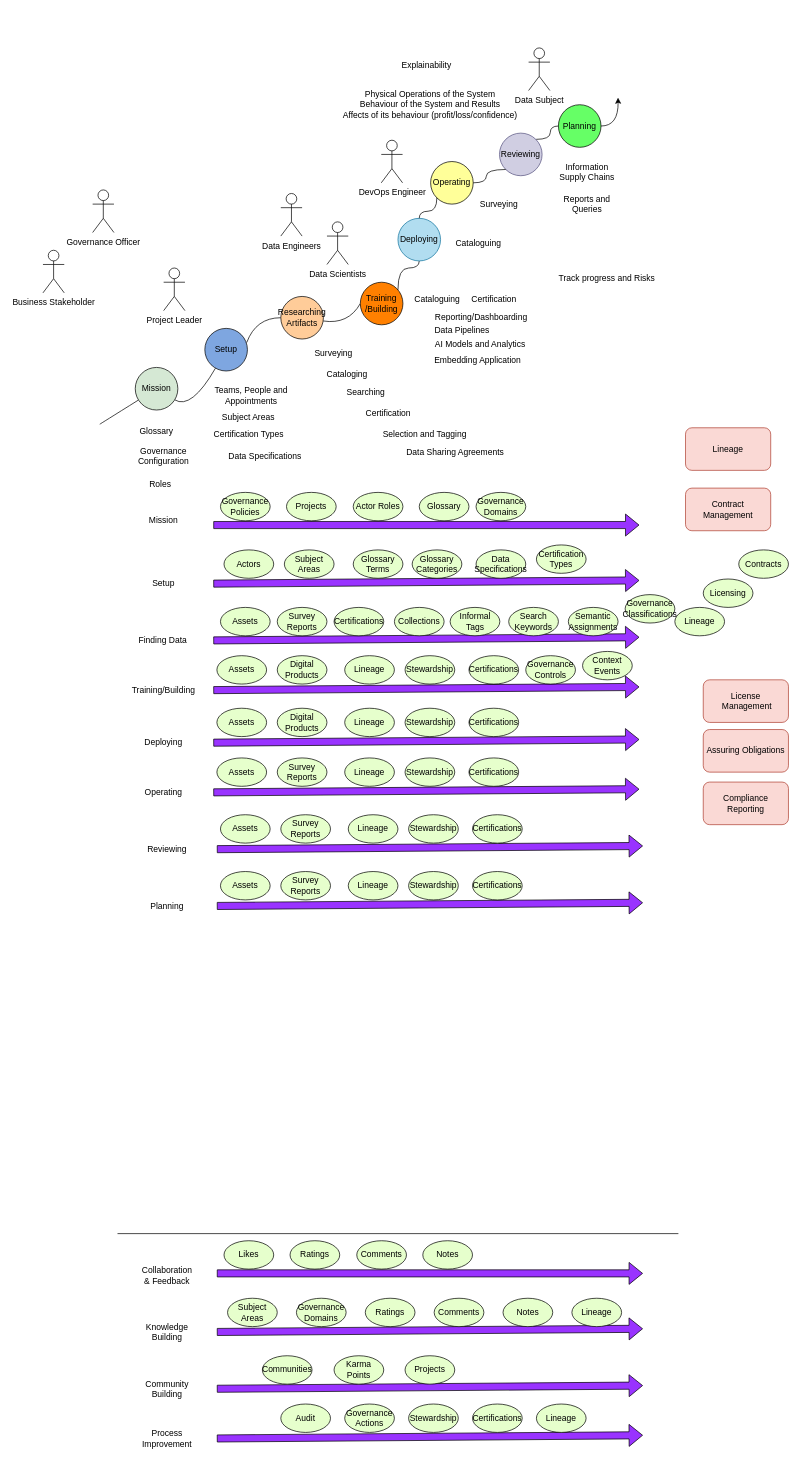
odpi/egeria-docs keeps this draw.io diagram as page "overview" (1 of 2) of site/docs/governance-solutions/data-and-ai-lifecycle-management/data-and-ai-lifecycle-management.drawio. Above is the earlier version. Source tidied: cells renumbered, new cells numbered last; positions are measured from the earlier drawing's top-left corner, leaving out a move shared by most shapes. Both pictures are drawn from the tidied source at 71%, with x=0, y=0 at pixel (43, 48).
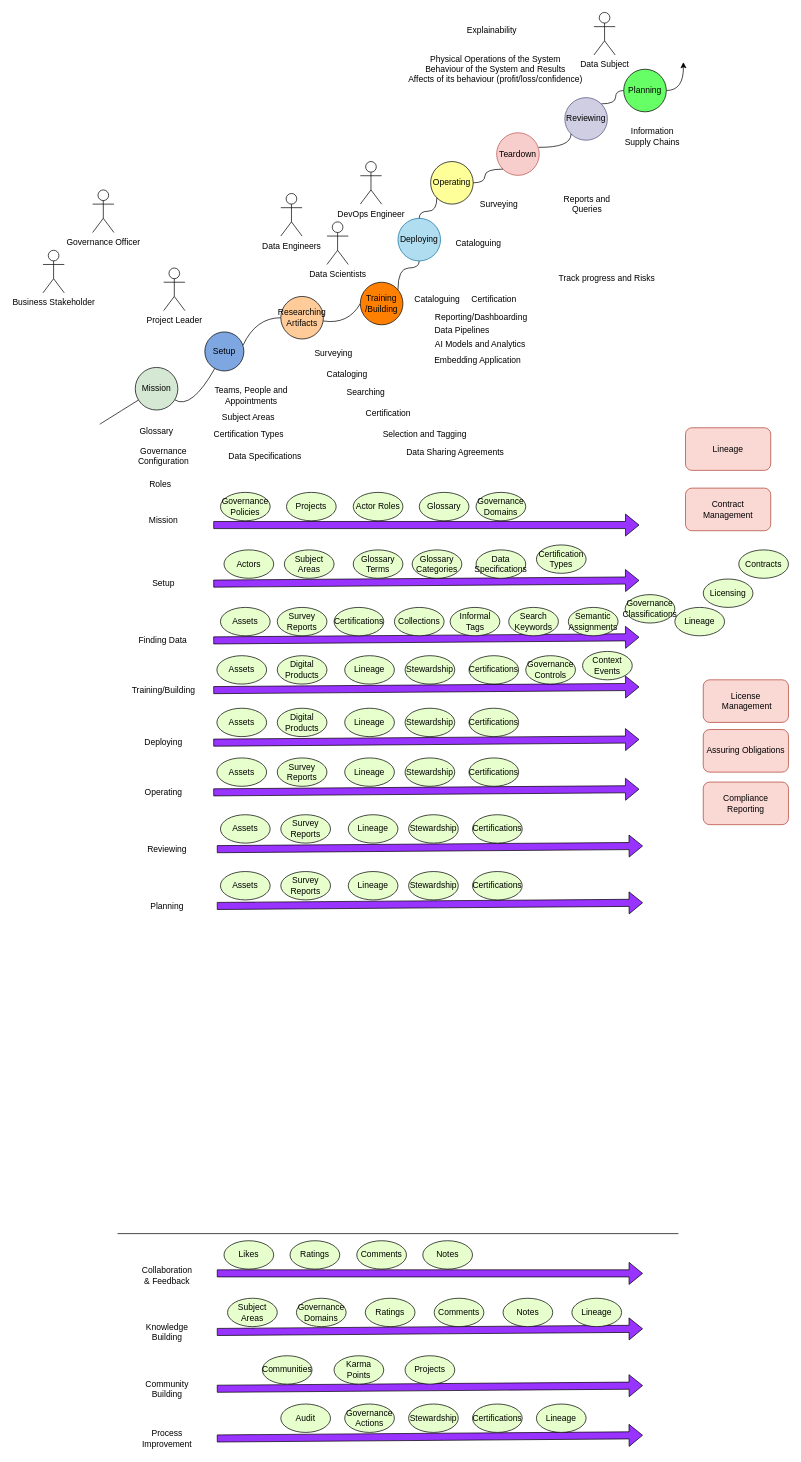
The same diagram, later.

Unchanged cells that the change refers to:
```xml
<mxCell id="7" value="Operating" style="ellipse;whiteSpace=wrap;html=1;fillColor=#FFFF99;" parent="1" vertex="1">
  <mxGeometry x="546" y="160" width="60" height="60" as="geometry" />
</mxCell>
```

The edit, as a diff of the source:
```diff
@@
     <mxCell id="5" value="Setup" style="ellipse;whiteSpace=wrap;html=1;fillColor=#7EA6E0;" parent="1" vertex="1">
-      <mxGeometry x="228" y="395" width="60" height="60" as="geometry" />
+      <mxGeometry x="228" y="400" width="55" height="55" as="geometry" />
     </mxCell>
@@
     <mxCell id="13" style="edgeStyle=orthogonalEdgeStyle;curved=1;rounded=0;jettySize=auto;html=1;exitX=1;exitY=0.5;exitDx=0;exitDy=0;" parent="1" edge="1" source="14">
       <mxGeometry relative="1" as="geometry">
-        <mxPoint x="810" y="70" as="targetPoint" />
+        <mxPoint x="902" y="20" as="targetPoint" />
       </mxGeometry>
     </mxCell>
     <mxCell id="14" value="Planning" style="ellipse;whiteSpace=wrap;html=1;fillColor=#66FF66;" parent="1" vertex="1">
-      <mxGeometry x="726" y="80" width="60" height="60" as="geometry" />
+      <mxGeometry x="818" y="30" width="60" height="60" as="geometry" />
     </mxCell>
@@
     <mxCell id="54" value="Reviewing" style="ellipse;whiteSpace=wrap;html=1;fillColor=#d0cee2;strokeColor=#56517e;" parent="1" vertex="1">
-      <mxGeometry x="643" y="120" width="60" height="60" as="geometry" />
+      <mxGeometry x="735" y="70" width="60" height="60" as="geometry" />
     </mxCell>
     <mxCell id="55" value="Information Supply Chains" style="text;html=1;strokeColor=none;fillColor=none;align=center;verticalAlign=middle;whiteSpace=wrap;rounded=0;" parent="1" vertex="1">
-      <mxGeometry x="718" y="160" width="97" height="30" as="geometry" />
+      <mxGeometry x="810" y="110" width="97" height="30" as="geometry" />
     </mxCell>
@@
-    <mxCell id="58" style="curved=1;endArrow=none;html=1;rounded=0;startArrow=none;edgeStyle=orthogonalEdgeStyle;exitX=1;exitY=0.5;exitDx=0;exitDy=0;entryX=0;entryY=1;entryDx=0;entryDy=0;" parent="1" edge="1" source="7" target="54">
-      <mxGeometry relative="1" as="geometry" />
+    <mxCell id="58" style="curved=1;endArrow=none;html=1;rounded=0;startArrow=none;edgeStyle=orthogonalEdgeStyle;exitX=1;exitY=0.5;exitDx=0;exitDy=0;entryX=0;entryY=1;entryDx=0;entryDy=0;" parent="1" edge="1" target="54">
+      <mxGeometry relative="1" as="geometry">
+        <mxPoint x="698" y="140" as="sourcePoint" />
+      </mxGeometry>
     </mxCell>
@@
     <mxCell id="134" value="DevOps Engineer" style="shape=umlActor;verticalLabelPosition=bottom;verticalAlign=top;html=1;" parent="1" vertex="1">
-      <mxGeometry x="476.5" y="130" width="30" height="60" as="geometry" />
+      <mxGeometry x="447" y="160" width="30" height="60" as="geometry" />
     </mxCell>
     <mxCell id="135" value="Data Subject" style="shape=umlActor;verticalLabelPosition=bottom;verticalAlign=top;html=1;" parent="1" vertex="1">
-      <mxGeometry x="684" width="30" height="60" as="geometry" />
+      <mxGeometry x="776" y="-50" width="30" height="60" as="geometry" />
     </mxCell>
@@
     <mxCell id="137" value="Physical Operations of the System&lt;div&gt;Behaviour of the System and Results&lt;/div&gt;&lt;div&gt;Affects of its behaviour (profit/loss/confidence)&lt;/div&gt;" style="text;html=1;align=center;verticalAlign=middle;strokeColor=none;fillColor=none;" parent="1" vertex="1">
-      <mxGeometry x="410" y="50" width="270" height="60" as="geometry" />
+      <mxGeometry x="502" width="270" height="60" as="geometry" />
     </mxCell>
     <mxCell id="138" value="Explainability" style="text;html=1;align=center;verticalAlign=middle;strokeColor=none;fillColor=none;" parent="1" vertex="1">
-      <mxGeometry x="495" y="10" width="90" height="30" as="geometry" />
+      <mxGeometry x="587" y="-40" width="90" height="30" as="geometry" />
     </mxCell>
@@
+    <mxCell id="149" value="Teardown" style="ellipse;whiteSpace=wrap;html=1;fillColor=#f8cecc;strokeColor=#b85450;" parent="1" vertex="1">
+      <mxGeometry x="639" y="119.5" width="60" height="60" as="geometry" />
+    </mxCell>
+    <mxCell id="150" style="curved=1;endArrow=none;html=1;rounded=0;startArrow=none;edgeStyle=orthogonalEdgeStyle;exitX=1;exitY=0.5;exitDx=0;exitDy=0;entryX=0;entryY=1;entryDx=0;entryDy=0;" parent="1" edge="1" source="7" target="149">
+      <mxGeometry relative="1" as="geometry" />
+    </mxCell>
```
